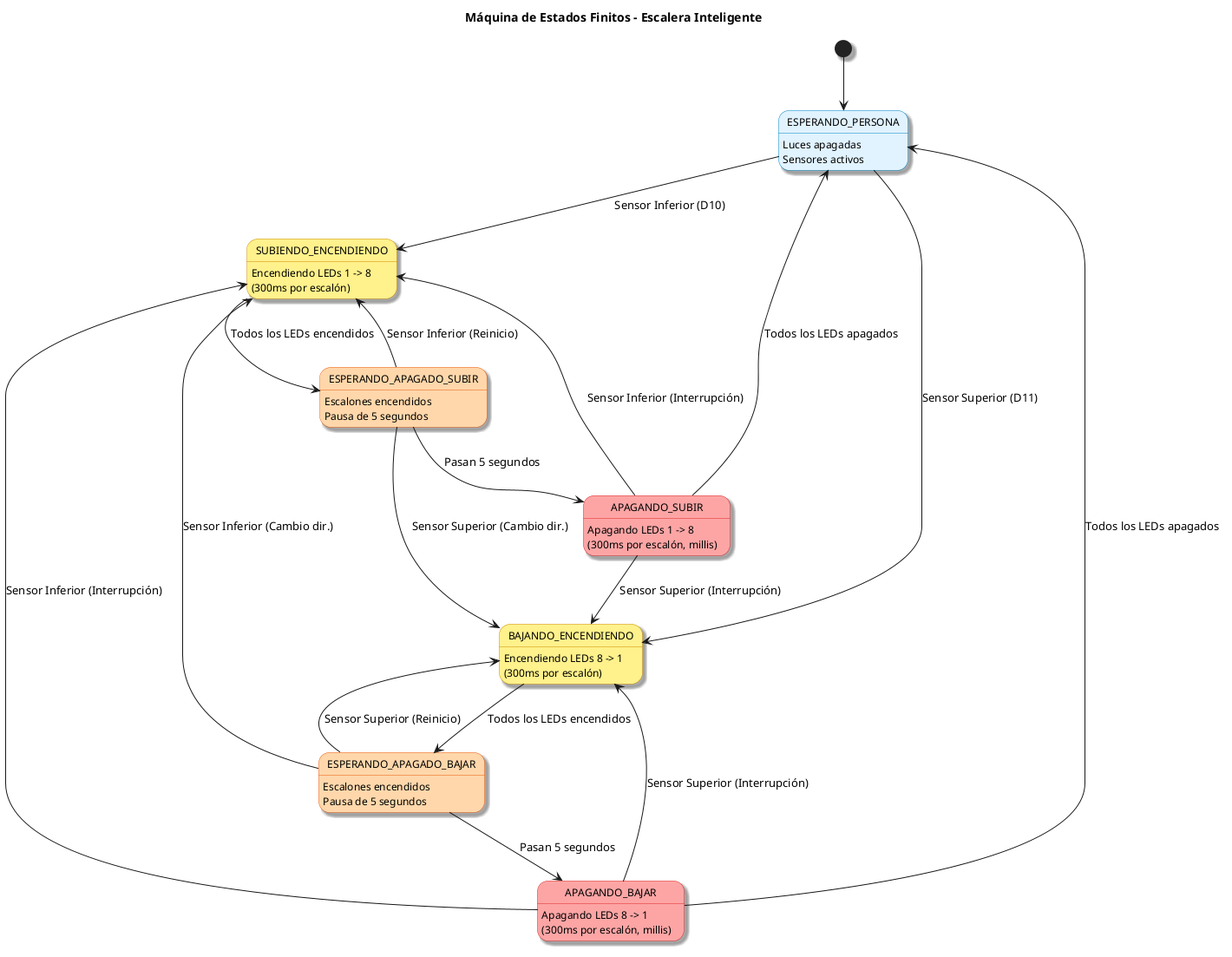
Before: docs/imagenes/diagrama-estados.png, a diagram exported from PlantUML (Stirven0/Lus-Escaleras-Arduino). Its diagram source:
```plantuml
@startuml diagrama-estados
title Máquina de Estados Finitos - Escalera Inteligente

skinparam monochrome false
skinparam shadowing true
skinparam state {
  BackgroundColor<<Reposo>> #E0F2FE
  BorderColor<<Reposo>> #0284C7
  BackgroundColor<<Encendido>> #FEF08A
  BorderColor<<Encendido>> #CA8A04
  BackgroundColor<<Espera>> #FED7AA
  BorderColor<<Espera>> #EA580C
  BackgroundColor<<Apagado>> #FCA5A5
  BorderColor<<Apagado>> #DC2626
  FontName Arial
  FontSize 12
}

[*] --> ESPERANDO_PERSONA

state "ESPERANDO_PERSONA" as ESPERANDO_PERSONA <<Reposo>> : Luces apagadas\nSensores activos

state "SUBIENDO_ENCENDIENDO" as SUBIENDO_ENCENDIENDO <<Encendido>> : Encendiendo LEDs 1 -> 8\n(300ms por escalón)
state "BAJANDO_ENCENDIENDO" as BAJANDO_ENCENDIENDO <<Encendido>> : Encendiendo LEDs 8 -> 1\n(300ms por escalón)

state "ESPERANDO_APAGADO_SUBIR" as ESPERANDO_APAGADO_SUBIR <<Espera>> : Escalones encendidos\nPausa de 5 segundos
state "ESPERANDO_APAGADO_BAJAR" as ESPERANDO_APAGADO_BAJAR <<Espera>> : Escalones encendidos\nPausa de 5 segundos

state "APAGANDO_SUBIR" as APAGANDO_SUBIR <<Apagado>> : Apagando LEDs 1 -> 8\n(300ms por escalón, millis)
state "APAGANDO_BAJAR" as APAGANDO_BAJAR <<Apagado>> : Apagando LEDs 8 -> 1\n(300ms por escalón, millis)

ESPERANDO_PERSONA --> SUBIENDO_ENCENDIENDO : Sensor Inferior (D10)
ESPERANDO_PERSONA --> BAJANDO_ENCENDIENDO : Sensor Superior (D11)

SUBIENDO_ENCENDIENDO --> ESPERANDO_APAGADO_SUBIR : Todos los LEDs encendidos
BAJANDO_ENCENDIENDO --> ESPERANDO_APAGADO_BAJAR : Todos los LEDs encendidos

ESPERANDO_APAGADO_SUBIR --> SUBIENDO_ENCENDIENDO : Sensor Inferior (Reinicio)
ESPERANDO_APAGADO_SUBIR --> BAJANDO_ENCENDIENDO : Sensor Superior (Cambio dir.)
ESPERANDO_APAGADO_SUBIR --> APAGANDO_SUBIR : Pasan 5 segundos

ESPERANDO_APAGADO_BAJAR --> SUBIENDO_ENCENDIENDO : Sensor Inferior (Cambio dir.)
ESPERANDO_APAGADO_BAJAR --> BAJANDO_ENCENDIENDO : Sensor Superior (Reinicio)
ESPERANDO_APAGADO_BAJAR --> APAGANDO_BAJAR : Pasan 5 segundos

APAGANDO_SUBIR --> SUBIENDO_ENCENDIENDO : Sensor Inferior (Interrupción)
APAGANDO_SUBIR --> BAJANDO_ENCENDIENDO : Sensor Superior (Interrupción)
APAGANDO_SUBIR --> ESPERANDO_PERSONA : Todos los LEDs apagados

APAGANDO_BAJAR --> SUBIENDO_ENCENDIENDO : Sensor Inferior (Interrupción)
APAGANDO_BAJAR --> BAJANDO_ENCENDIENDO : Sensor Superior (Interrupción)
APAGANDO_BAJAR --> ESPERANDO_PERSONA : Todos los LEDs apagados

@enduml
```
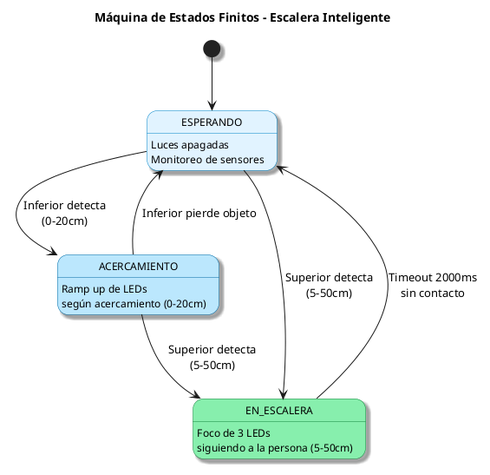
Later version of the same file.

What changed in the source:
```diff
@@ -6,49 +6,28 @@
 skinparam state {
   BackgroundColor<<Reposo>> #E0F2FE
   BorderColor<<Reposo>> #0284C7
-  BackgroundColor<<Encendido>> #FEF08A
-  BorderColor<<Encendido>> #CA8A04
-  BackgroundColor<<Espera>> #FED7AA
-  BorderColor<<Espera>> #EA580C
-  BackgroundColor<<Apagado>> #FCA5A5
-  BorderColor<<Apagado>> #DC2626
+  BackgroundColor<<Acercamiento>> #BAE6FD
+  BorderColor<<Acercamiento>> #0369A1
+  BackgroundColor<<Escalera>> #86EFAC
+  BorderColor<<Escalera>> #15803D
   FontName Arial
   FontSize 12
 }
 
-[*] --> ESPERANDO_PERSONA
+[*] --> ESPERANDO
 
-state "ESPERANDO_PERSONA" as ESPERANDO_PERSONA <<Reposo>> : Luces apagadas\nSensores activos
+state "ESPERANDO" as ESPERANDO <<Reposo>> : Luces apagadas\nMonitoreo de sensores
 
-state "SUBIENDO_ENCENDIENDO" as SUBIENDO_ENCENDIENDO <<Encendido>> : Encendiendo LEDs 1 -> 8\n(300ms por escalón)
-state "BAJANDO_ENCENDIENDO" as BAJANDO_ENCENDIENDO <<Encendido>> : Encendiendo LEDs 8 -> 1\n(300ms por escalón)
+state "ACERCAMIENTO" as ACERCAMIENTO <<Acercamiento>> : Ramp up de LEDs\nsegún acercamiento (0-20cm)
 
-state "ESPERANDO_APAGADO_SUBIR" as ESPERANDO_APAGADO_SUBIR <<Espera>> : Escalones encendidos\nPausa de 5 segundos
-state "ESPERANDO_APAGADO_BAJAR" as ESPERANDO_APAGADO_BAJAR <<Espera>> : Escalones encendidos\nPausa de 5 segundos
+state "EN_ESCALERA" as EN_ESCALERA <<Escalera>> : Foco de 3 LEDs\nsiguiendo a la persona (5-50cm)
 
-state "APAGANDO_SUBIR" as APAGANDO_SUBIR <<Apagado>> : Apagando LEDs 1 -> 8\n(300ms por escalón, millis)
-state "APAGANDO_BAJAR" as APAGANDO_BAJAR <<Apagado>> : Apagando LEDs 8 -> 1\n(300ms por escalón, millis)
+ESPERANDO --> ACERCAMIENTO : Inferior detecta\n(0-20cm)
+ESPERANDO --> EN_ESCALERA : Superior detecta\n(5-50cm)
 
-ESPERANDO_PERSONA --> SUBIENDO_ENCENDIENDO : Sensor Inferior (D10)
-ESPERANDO_PERSONA --> BAJANDO_ENCENDIENDO : Sensor Superior (D11)
+ACERCAMIENTO --> EN_ESCALERA : Superior detecta\n(5-50cm)
+ACERCAMIENTO --> ESPERANDO : Inferior pierde objeto
 
-SUBIENDO_ENCENDIENDO --> ESPERANDO_APAGADO_SUBIR : Todos los LEDs encendidos
-BAJANDO_ENCENDIENDO --> ESPERANDO_APAGADO_BAJAR : Todos los LEDs encendidos
-
-ESPERANDO_APAGADO_SUBIR --> SUBIENDO_ENCENDIENDO : Sensor Inferior (Reinicio)
-ESPERANDO_APAGADO_SUBIR --> BAJANDO_ENCENDIENDO : Sensor Superior (Cambio dir.)
-ESPERANDO_APAGADO_SUBIR --> APAGANDO_SUBIR : Pasan 5 segundos
-
-ESPERANDO_APAGADO_BAJAR --> SUBIENDO_ENCENDIENDO : Sensor Inferior (Cambio dir.)
-ESPERANDO_APAGADO_BAJAR --> BAJANDO_ENCENDIENDO : Sensor Superior (Reinicio)
-ESPERANDO_APAGADO_BAJAR --> APAGANDO_BAJAR : Pasan 5 segundos
-
-APAGANDO_SUBIR --> SUBIENDO_ENCENDIENDO : Sensor Inferior (Interrupción)
-APAGANDO_SUBIR --> BAJANDO_ENCENDIENDO : Sensor Superior (Interrupción)
-APAGANDO_SUBIR --> ESPERANDO_PERSONA : Todos los LEDs apagados
-
-APAGANDO_BAJAR --> SUBIENDO_ENCENDIENDO : Sensor Inferior (Interrupción)
-APAGANDO_BAJAR --> BAJANDO_ENCENDIENDO : Sensor Superior (Interrupción)
-APAGANDO_BAJAR --> ESPERANDO_PERSONA : Todos los LEDs apagados
+EN_ESCALERA --> ESPERANDO : Timeout 2000ms\nsin contacto
 
 @enduml
```
